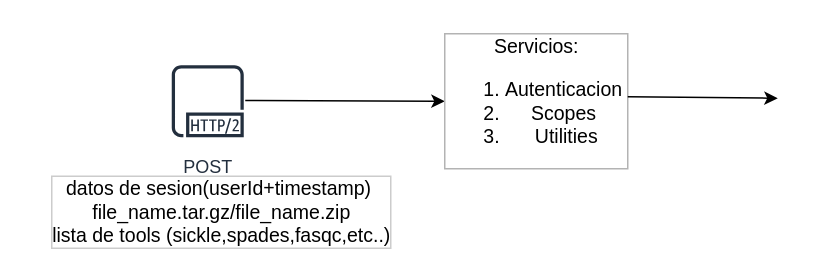
ldipotetjob/genx keeps this draw.io diagram as page "Page-3" (3 of 3) of GenXcloudImpl.drawio. Above is the earlier version. Source tidied: cells renumbered, new cells numbered last; positions are measured from the earlier drawing's top-left corner, leaving out a move shared by most shapes. Both pictures are drawn from the tidied source at 150%, with x=0, y=0 at pixel (40, 26).
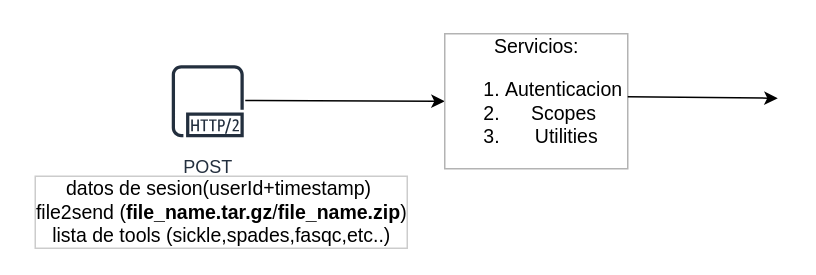
Above is the later version.

What changed in the source:
```diff
@@
 <mxGraphModel>
   <root>
     <mxCell id="0" />
     <mxCell id="1" parent="0" />
     <mxCell id="2" value="POST" style="fontColor=#232F3E;gradientColor=none;strokeColor=#232F3E;fillColor=#ffffff;dashed=0;verticalLabelPosition=bottom;verticalAlign=top;align=center;html=1;fontSize=12;fontStyle=0;shape=mxgraph.aws4.resourceIcon;resIcon=mxgraph.aws4.http2_protocol;" parent="1" vertex="1">
       <mxGeometry x="81" y="20" width="60" height="60" as="geometry" />
     </mxCell>
-    <mxCell id="3" value="datos de sesion(userId+timestamp)&amp;nbsp;&lt;br&gt;file_name.tar.gz/file_name.zip&lt;br&gt;lista de tools (sickle,spades,fasqc,etc..)" style="text;align=center;verticalAlign=middle;strokeColor=none;fillColor=none;fontSize=13;labelBorderColor=#CCCCCC;html=1;" parent="1" vertex="1">
-      <mxGeometry y="99" width="240" height="50" as="geometry" />
+    <mxCell id="3" value="datos de sesion(userId+timestamp)&amp;nbsp;&lt;br&gt;file2send&lt;b&gt; &lt;/b&gt;(&lt;b&gt;file_name.tar.gz&lt;/b&gt;/&lt;b&gt;file_name.zip&lt;/b&gt;)&lt;br&gt;lista de tools (sickle,spades,fasqc,etc..)" style="text;align=center;verticalAlign=middle;strokeColor=none;fillColor=none;fontSize=13;labelBorderColor=#CCCCCC;html=1;" parent="1" vertex="1">
+      <mxGeometry x="-10" y="99" width="260" height="50" as="geometry" />
     </mxCell>
     <mxCell id="4" style="endArrow=classic;html=1;rounded=0;fontSize=13;" parent="1" edge="1">
       <mxGeometry relative="1" as="geometry">
         <mxPoint x="136" y="49.5" as="sourcePoint" />
         <mxPoint x="269" y="50" as="targetPoint" />
       </mxGeometry>
     </mxCell>
     <mxCell id="5" value="Servicios:&lt;br&gt;&lt;ol&gt;&lt;li&gt;Autenticacion&amp;nbsp;&lt;/li&gt;&lt;li&gt;Scopes&amp;nbsp;&lt;/li&gt;&lt;li&gt;Utilities&lt;/li&gt;&lt;/ol&gt;" style="text;html=1;align=center;verticalAlign=middle;strokeColor=none;fillColor=none;fontSize=13;labelBorderColor=#B3B3B3;" parent="1" vertex="1">
       <mxGeometry x="260" width="140" height="100" as="geometry" />
     </mxCell>
     <mxCell id="6" style="endArrow=classic;html=1;rounded=0;fontSize=13;" parent="1" edge="1">
       <mxGeometry relative="1" as="geometry">
         <mxPoint x="391" y="47" as="sourcePoint" />
         <mxPoint x="491" y="48" as="targetPoint" />
       </mxGeometry>
     </mxCell>
   </root>
 </mxGraphModel>
```
